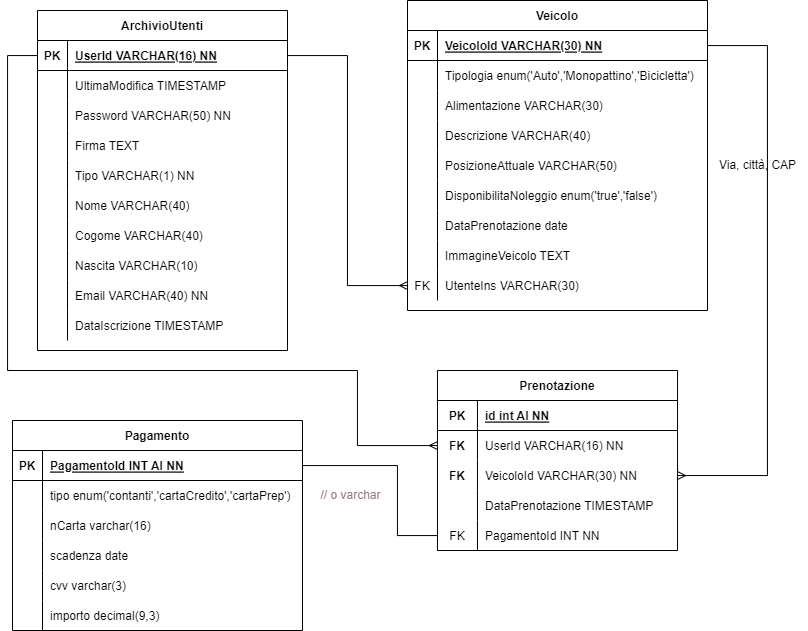
Earlier version of the draw.io export spring-vehicle_sharing/ProjectWork.drawio.png (PX-0/Vehicle_Sharing). Source tidied: cells renumbered, new cells last; positions are measured from the earlier drawing's top-left corner, leaving out a move shared by most shapes.
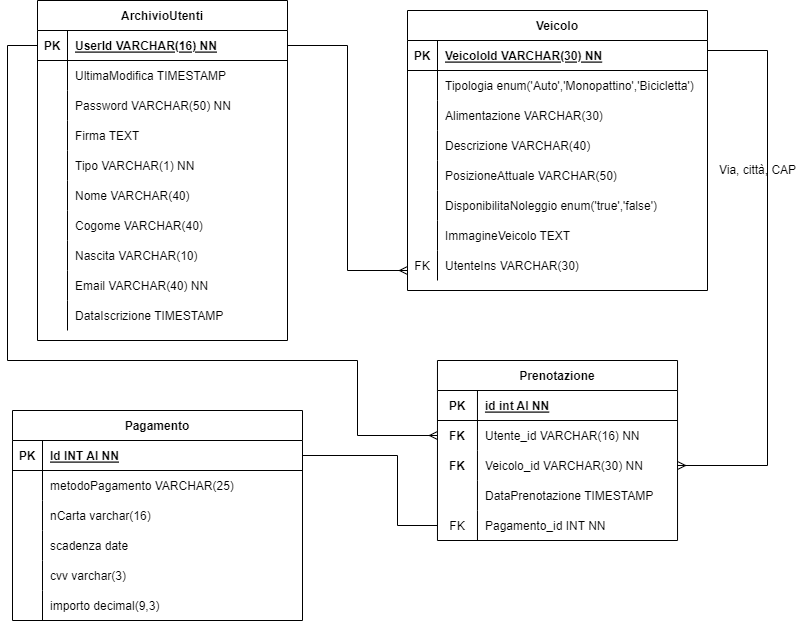
After the change.

Commit message:
Minor changes & quick fixes (JsonIgn,schema,sql...

What changed in the source:
```diff
@@ -96,7 +96,7 @@
       <mxGeometry x="30" width="220" height="30" as="geometry" />
     </mxCell>
     <mxCell id="33" value="Veicolo" style="shape=table;startSize=30;rowLines=0;fontStyle=1;align=center;" parent="1" vertex="1">
-      <mxGeometry x="400" width="300" height="310" as="geometry" />
+      <mxGeometry x="400" y="20" width="300" height="280" as="geometry" />
     </mxCell>
     <mxCell id="34" style="shape=partialRectangle;fillColor=none;points=[[0,0.5],[1,0.5]];portConstraint=eastwest;top=0;left=0;right=0;bottom=1;" parent="33" vertex="1">
       <mxGeometry y="30" width="300" height="30" as="geometry" />
@@ -152,17 +152,8 @@
     <mxCell id="51" value="DisponibilitaNoleggio enum('true','false')" style="shape=partialRectangle;overflow=hidden;fillColor=none;top=0;left=0;bottom=0;right=0;align=left;spacingLeft=6;" parent="49" vertex="1">
       <mxGeometry x="30" width="270" height="30" as="geometry" />
     </mxCell>
-    <mxCell id="52" style="shape=partialRectangle;fillColor=none;top=0;left=0;right=0;bottom=0;" parent="33" vertex="1">
-      <mxGeometry y="210" width="300" height="30" as="geometry" />
-    </mxCell>
-    <mxCell id="53" style="shape=partialRectangle;overflow=hidden;fillColor=none;top=0;left=0;bottom=0;right=0;" parent="52" vertex="1">
-      <mxGeometry width="30" height="30" as="geometry" />
-    </mxCell>
-    <mxCell id="54" value="DataPrenotazione date" style="shape=partialRectangle;overflow=hidden;fillColor=none;top=0;left=0;bottom=0;right=0;align=left;spacingLeft=6;" parent="52" vertex="1">
-      <mxGeometry x="30" width="270" height="30" as="geometry" />
-    </mxCell>
     <mxCell id="55" style="shape=partialRectangle;fillColor=none;top=0;left=0;right=0;bottom=0;" parent="33" vertex="1">
-      <mxGeometry y="240" width="300" height="30" as="geometry" />
+      <mxGeometry y="210" width="300" height="30" as="geometry" />
     </mxCell>
     <mxCell id="56" style="shape=partialRectangle;overflow=hidden;fillColor=none;top=0;left=0;bottom=0;right=0;" parent="55" vertex="1">
       <mxGeometry width="30" height="30" as="geometry" />
@@ -171,7 +162,7 @@
       <mxGeometry x="30" width="270" height="30" as="geometry" />
     </mxCell>
     <mxCell id="58" style="shape=partialRectangle;fillColor=none;points=[[0,0.5],[1,0.5]];portConstraint=eastwest;top=0;left=0;right=0;bottom=0;" parent="33" vertex="1">
-      <mxGeometry y="270" width="300" height="30" as="geometry" />
+      <mxGeometry y="240" width="300" height="30" as="geometry" />
     </mxCell>
     <mxCell id="59" value="FK" style="shape=partialRectangle;overflow=hidden;fillColor=none;top=0;left=0;bottom=0;right=0;" parent="58" vertex="1">
       <mxGeometry width="30" height="30" as="geometry" />
@@ -192,7 +183,7 @@
     <mxCell id="62" style="edgeStyle=orthogonalEdgeStyle;rounded=0;jettySize=auto;html=1;endArrow=ERmany;endFill=0;startArrow=none;" parent="1" edge="1" source="34" target="70">
       <mxGeometry relative="1" as="geometry">
         <Array as="points">
-          <mxPoint x="760" y="45" />
+          <mxPoint x="760" y="60" />
           <mxPoint x="760" y="475" />
         </Array>
       </mxGeometry>
@@ -215,7 +206,7 @@
     <mxCell id="68" value="FK" style="shape=partialRectangle;fillColor=none;top=0;left=0;bottom=0;right=0;fontStyle=1;overflow=hidden;" parent="67" vertex="1">
       <mxGeometry width="40" height="30" as="geometry" />
     </mxCell>
-    <mxCell id="69" value="UserId VARCHAR(16) NN" style="shape=partialRectangle;fillColor=none;top=0;left=0;bottom=0;right=0;align=left;spacingLeft=6;fontStyle=0;overflow=hidden;" parent="67" vertex="1">
+    <mxCell id="69" value="Utente_id VARCHAR(16) NN" style="shape=partialRectangle;fillColor=none;top=0;left=0;bottom=0;right=0;align=left;spacingLeft=6;fontStyle=0;overflow=hidden;" parent="67" vertex="1">
       <mxGeometry x="40" width="200.1" height="30" as="geometry" />
     </mxCell>
     <mxCell id="70" style="shape=tableRow;horizontal=0;startSize=0;swimlaneHead=0;swimlaneBody=0;fillColor=none;points=[[0,0.5],[1,0.5]];portConstraint=eastwest;top=0;left=0;right=0;bottom=0;" parent="63" vertex="1">
@@ -224,7 +215,7 @@
     <mxCell id="71" value="FK" style="shape=partialRectangle;fillColor=none;top=0;left=0;bottom=0;right=0;fontStyle=1;overflow=hidden;" parent="70" vertex="1">
       <mxGeometry width="40" height="30" as="geometry" />
     </mxCell>
-    <mxCell id="72" value="VeicoloId VARCHAR(30) NN" style="shape=partialRectangle;fillColor=none;top=0;left=0;bottom=0;right=0;align=left;spacingLeft=6;fontStyle=0;overflow=hidden;" parent="70" vertex="1">
+    <mxCell id="72" value="Veicolo_id VARCHAR(30) NN" style="shape=partialRectangle;fillColor=none;top=0;left=0;bottom=0;right=0;align=left;spacingLeft=6;fontStyle=0;overflow=hidden;" parent="70" vertex="1">
       <mxGeometry x="40" width="200.1" height="30" as="geometry" />
     </mxCell>
     <mxCell id="73" style="shape=tableRow;horizontal=0;startSize=0;swimlaneHead=0;swimlaneBody=0;fillColor=none;top=0;left=0;right=0;bottom=0;" parent="63" vertex="1">
@@ -242,13 +233,13 @@
     <mxCell id="77" value="FK" style="shape=partialRectangle;fillColor=none;top=0;left=0;bottom=0;right=0;overflow=hidden;" parent="76" vertex="1">
       <mxGeometry width="40" height="30" as="geometry" />
     </mxCell>
-    <mxCell id="78" value="PagamentoId INT NN" style="shape=partialRectangle;fillColor=none;top=0;left=0;bottom=0;right=0;align=left;spacingLeft=6;overflow=hidden;" parent="76" vertex="1">
+    <mxCell id="78" value="Pagamento_id INT NN" style="shape=partialRectangle;fillColor=none;top=0;left=0;bottom=0;right=0;align=left;spacingLeft=6;overflow=hidden;" parent="76" vertex="1">
       <mxGeometry x="40" width="200.1" height="30" as="geometry" />
     </mxCell>
     <mxCell id="79" style="edgeStyle=orthogonalEdgeStyle;rounded=0;jettySize=auto;html=1;endArrow=none;endFill=0;startArrow=ERmany;startFill=0;" parent="1" edge="1" source="58" target="3">
       <mxGeometry relative="1" as="geometry">
         <Array as="points">
-          <mxPoint x="340" y="285" />
+          <mxPoint x="340" y="280" />
           <mxPoint x="340" y="55" />
         </Array>
       </mxGeometry>
@@ -270,7 +261,7 @@
     <mxCell id="83" value="PK" style="shape=partialRectangle;fillColor=none;top=0;left=0;bottom=0;right=0;fontStyle=1;overflow=hidden;" parent="82" vertex="1">
       <mxGeometry width="30" height="30" as="geometry" />
     </mxCell>
-    <mxCell id="84" value="PagamentoId INT AI NN" style="shape=partialRectangle;fillColor=none;top=0;left=0;bottom=0;right=0;align=left;spacingLeft=6;fontStyle=5;overflow=hidden;" parent="82" vertex="1">
+    <mxCell id="84" value="Id INT AI NN" style="shape=partialRectangle;fillColor=none;top=0;left=0;bottom=0;right=0;align=left;spacingLeft=6;fontStyle=5;overflow=hidden;" parent="82" vertex="1">
       <mxGeometry x="30" width="260" height="30" as="geometry" />
     </mxCell>
     <mxCell id="85" style="shape=tableRow;horizontal=0;startSize=0;swimlaneHead=0;swimlaneBody=0;fillColor=none;top=0;left=0;right=0;bottom=0;" parent="81" vertex="1">
@@ -279,7 +270,7 @@
     <mxCell id="86" style="shape=partialRectangle;fillColor=none;top=0;left=0;bottom=0;right=0;overflow=hidden;" parent="85" vertex="1">
       <mxGeometry width="30" height="30" as="geometry" />
     </mxCell>
-    <mxCell id="87" value="tipo enum('contanti','cartaCredito','cartaPrep')" style="shape=partialRectangle;fillColor=none;top=0;left=0;bottom=0;right=0;align=left;spacingLeft=6;overflow=hidden;" parent="85" vertex="1">
+    <mxCell id="87" value="metodoPagamento VARCHAR(25)" style="shape=partialRectangle;fillColor=none;top=0;left=0;bottom=0;right=0;align=left;spacingLeft=6;overflow=hidden;" parent="85" vertex="1">
       <mxGeometry x="30" width="260" height="30" as="geometry" />
     </mxCell>
     <mxCell id="88" style="shape=tableRow;horizontal=0;startSize=0;swimlaneHead=0;swimlaneBody=0;fillColor=none;top=0;left=0;right=0;bottom=0;" parent="81" vertex="1">
@@ -318,11 +309,8 @@
     <mxCell id="99" value="importo decimal(9,3)" style="shape=partialRectangle;fillColor=none;top=0;left=0;bottom=0;right=0;align=left;spacingLeft=6;overflow=hidden;" parent="97" vertex="1">
       <mxGeometry x="30" width="260" height="30" as="geometry" />
     </mxCell>
-    <mxCell id="100" value="&lt;font color=&quot;#937b7b&quot;&gt;// o varchar&lt;/font&gt;" style="text;html=1;align=center;verticalAlign=middle;strokeColor=none;fillColor=none;" parent="1" vertex="1">
-      <mxGeometry x="303" y="480" width="80" height="30" as="geometry" />
-    </mxCell>
     <mxCell id="101" value="&lt;font color=&quot;#000000&quot;&gt;Via, città, CAP&lt;/font&gt;" style="text;html=1;align=center;verticalAlign=middle;strokeColor=none;fillColor=none;fontColor=#937b7b;" parent="1" vertex="1">
-      <mxGeometry x="700" y="150" width="100" height="30" as="geometry" />
+      <mxGeometry x="700" y="165" width="100" height="30" as="geometry" />
     </mxCell>
   </root>
 </mxGraphModel>
```
